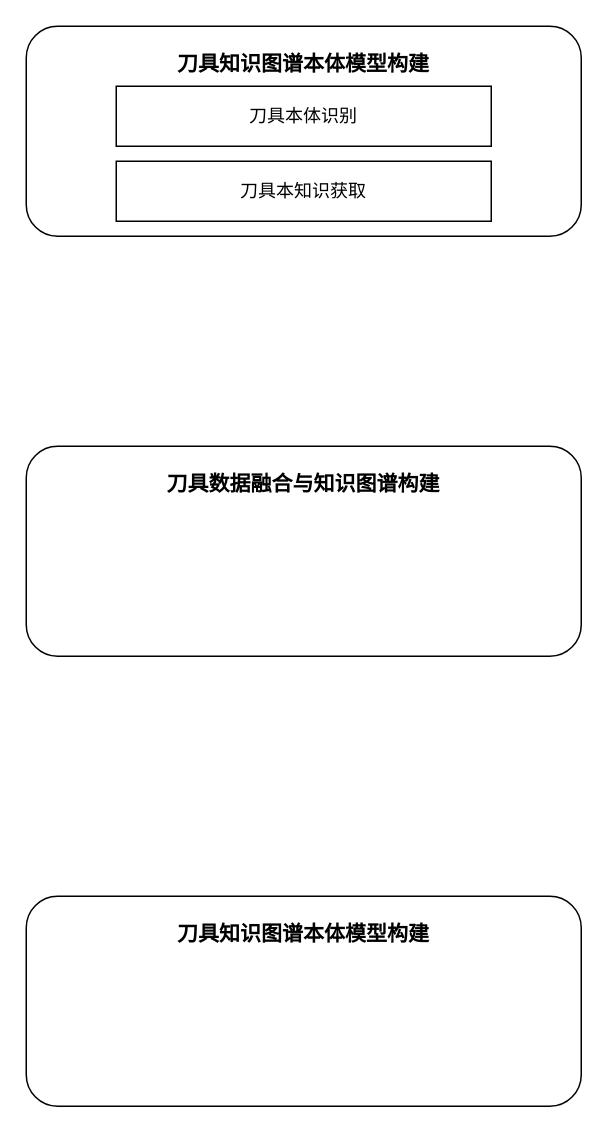
The draw.io diagram Untitled Diagram.drawio in Shenghsin/Feature_Encoding_with_AutoEncoders_for_Weakly-supervised_Anomaly_Detection, before the edit. Source tidied: cells renumbered, new cells numbered last; positions are measured from the earlier drawing's top-left corner, leaving out a move shared by most shapes. Both pictures are drawn from the tidied source at 150%, with x=0, y=0 at pixel (26, 26).
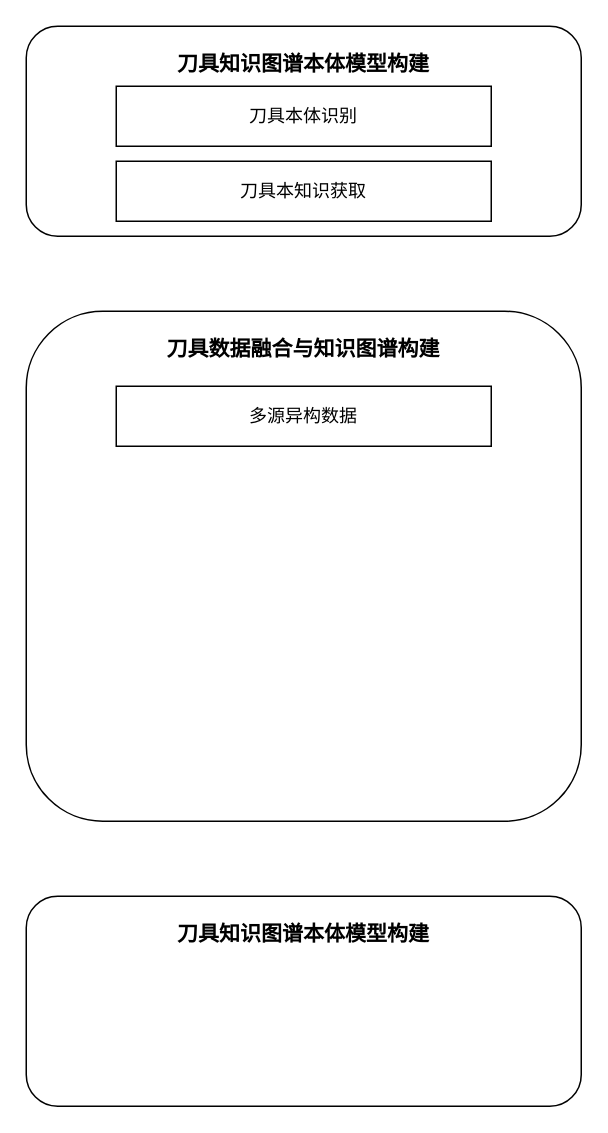
After the change.

What changed in the source:
```diff
@@
 <mxGraphModel>
   <root>
     <mxCell id="0" />
     <mxCell id="1" parent="0" />
     <mxCell id="2" style="rounded=1;whiteSpace=wrap;html=1;" parent="1" vertex="1">
       <mxGeometry width="370" height="140" as="geometry" />
     </mxCell>
     <mxCell id="3" value="&lt;font style=&quot;font-size: 14px;&quot;&gt;&lt;b&gt;刀具知识图谱本体模型构建&lt;/b&gt;&lt;/font&gt;" style="text;html=1;strokeColor=none;fillColor=none;align=center;verticalAlign=middle;whiteSpace=wrap;rounded=0;" parent="1" vertex="1">
       <mxGeometry x="80" y="10" width="210" height="30" as="geometry" />
     </mxCell>
     <mxCell id="4" style="rounded=1;whiteSpace=wrap;html=1;" parent="1" vertex="1">
-      <mxGeometry y="280" width="370" height="140" as="geometry" />
+      <mxGeometry y="190" width="370" height="340" as="geometry" />
     </mxCell>
     <mxCell id="5" value="&lt;font style=&quot;font-size: 14px;&quot;&gt;&lt;b&gt;刀具数据融合与知识图谱构建&lt;/b&gt;&lt;/font&gt;" style="text;html=1;strokeColor=none;fillColor=none;align=center;verticalAlign=middle;whiteSpace=wrap;rounded=0;" parent="1" vertex="1">
-      <mxGeometry x="80" y="290" width="210" height="30" as="geometry" />
+      <mxGeometry x="80" y="200" width="210" height="30" as="geometry" />
     </mxCell>
     <mxCell id="6" style="rounded=1;whiteSpace=wrap;html=1;" parent="1" vertex="1">
       <mxGeometry y="580" width="370" height="140" as="geometry" />
     </mxCell>
     <mxCell id="7" value="&lt;font style=&quot;font-size: 14px;&quot;&gt;&lt;b&gt;刀具知识图谱本体模型构建&lt;/b&gt;&lt;/font&gt;" style="text;html=1;strokeColor=none;fillColor=none;align=center;verticalAlign=middle;whiteSpace=wrap;rounded=0;" parent="1" vertex="1">
       <mxGeometry x="80" y="590" width="210" height="30" as="geometry" />
     </mxCell>
     <mxCell id="8" value="刀具本体识别" style="rounded=0;whiteSpace=wrap;html=1;" parent="1" vertex="1">
       <mxGeometry x="60" y="40" width="250" height="40" as="geometry" />
     </mxCell>
     <mxCell id="9" value="刀具本知识获取" style="rounded=0;whiteSpace=wrap;html=1;" parent="1" vertex="1">
       <mxGeometry x="60" y="90" width="250" height="40" as="geometry" />
     </mxCell>
+    <mxCell id="10" value="多源异构数据" style="rounded=0;whiteSpace=wrap;html=1;" parent="1" vertex="1">
+      <mxGeometry x="60" y="240" width="250" height="40" as="geometry" />
+    </mxCell>
   </root>
 </mxGraphModel>
```
